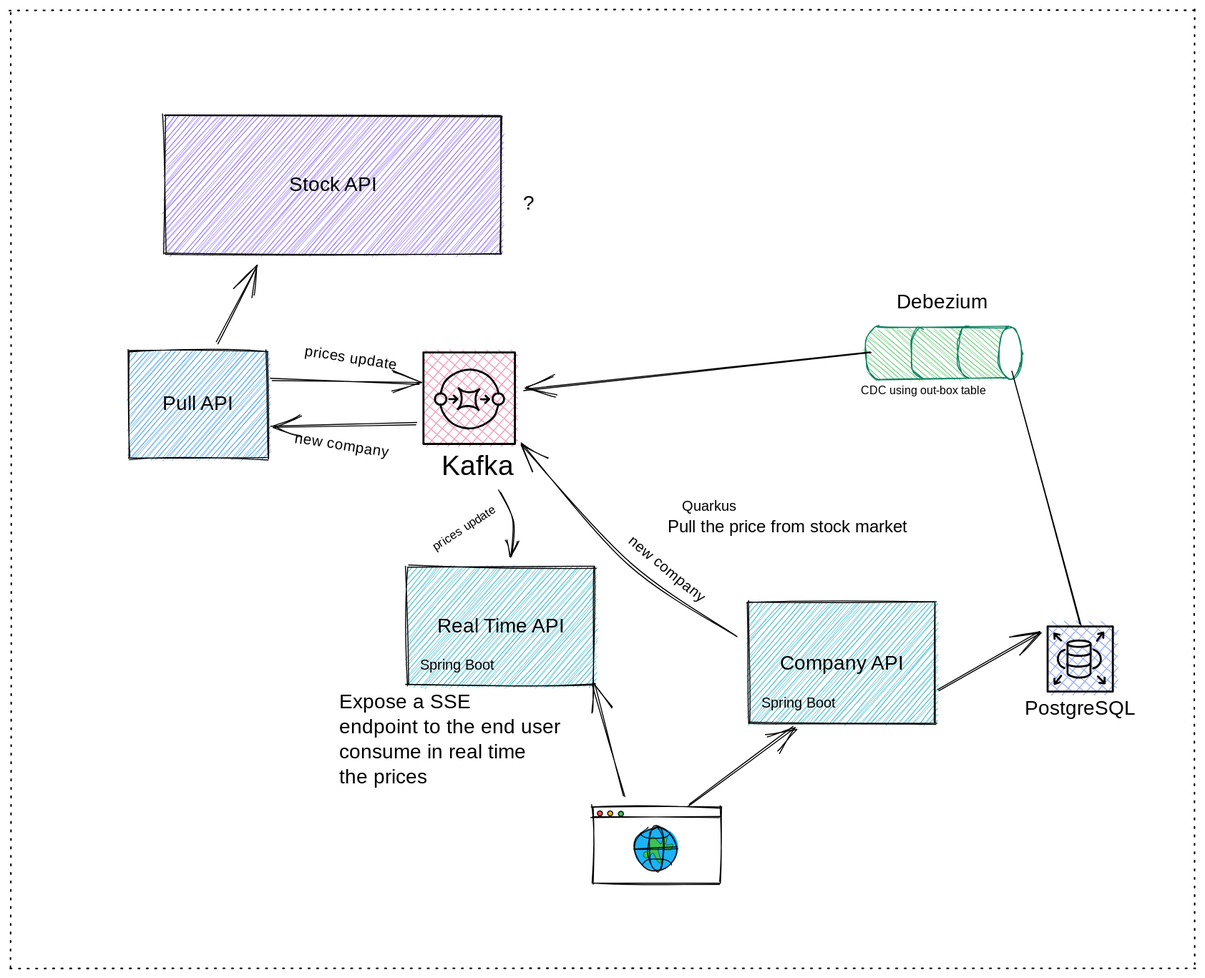
This is docs/idea.excalidraw.svg from jonasalessi/stock-prices-monitor, a Excalidraw export, as it was before one commit. Source tidied: one line per element, renumbered; positions are measured from the earlier drawing's top-left corner, leaving out a move shared by most shapes.
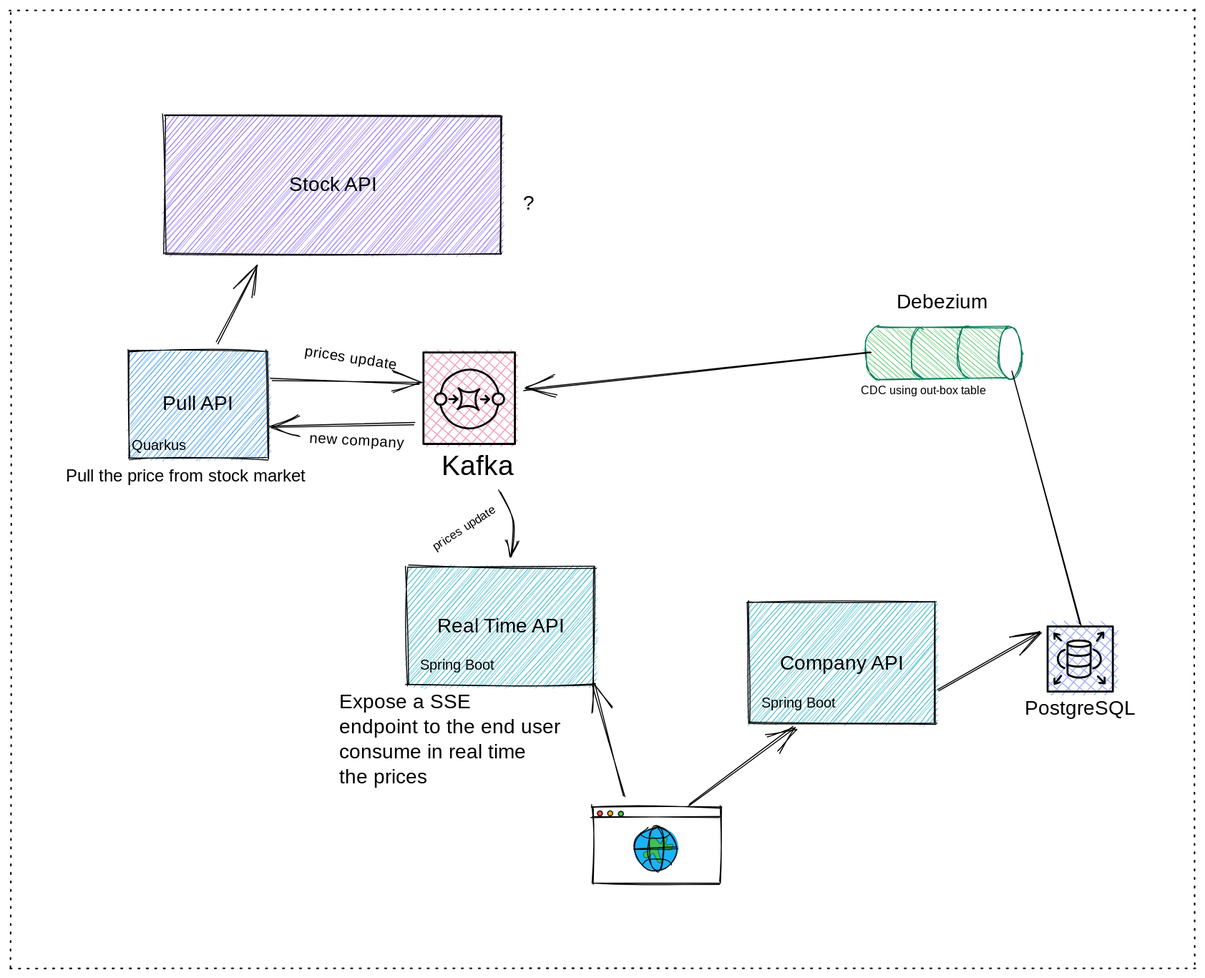
Later version of the same file.

Commit message:
Adjusts the diagram

Change to the diagram source:
```diff
@@ -33,7 +33,7 @@
 {"id": 32, "type": "line", "strokeColor": "#000000", "strokeWidth": 2, "roughness": 0, "x": 430, "y": 383, "width": 58, "height": 24, "points": [[0, 0], [4, -11], [12, -18], [21, -23], [31, -24], [42, -21], [50, -16], [56, -7], [58, 0]]}
 {"id": 33, "type": "line", "strokeColor": "#000000", "angle": 3.14, "strokeWidth": 2, "roughness": 0, "x": 429, "y": 417, "width": 58, "height": 24, "points": [[0, 0], [4, -11], [12, -18], [21, -23], [31, -24], [42, -21], [50, -16], [56, -7], [58, 0]]}
 {"id": 34, "type": "text", "text": "Kafka", "strokeColor": "#000000", "strokeWidth": 1, "roughness": 1, "fontSize": 28.05, "fontFamily": 1, "x": 431, "y": 439, "width": 83, "height": 35}
-{"id": 35, "type": "arrow", "strokeColor": "#000000", "strokeWidth": 1, "roughness": 1, "endArrowhead": "arrow", "from": 23, "to": 1, "x": 405, "y": 412, "width": 144, "height": 4, "points": [[0, 0], [-144, 4]]}
+{"id": 35, "type": "arrow", "strokeColor": "#000000", "strokeWidth": 1, "roughness": 1, "endArrowhead": "arrow", "from": 23, "to": 1, "x": 403, "y": 412, "width": 144, "height": 4, "points": [[0, 0], [-144, 4]]}
 {"id": 36, "type": "arrow", "strokeColor": "#000000", "strokeWidth": 1, "roughness": 1, "endArrowhead": "arrow", "from": 34, "to": 21, "x": 488, "y": 480, "width": 15, "height": 65, "points": [[0, 0], [15, 30], [13, 65]]}
 {"id": 37, "type": "rectangle", "strokeColor": "#000000", "strokeWidth": 1, "roughness": 1, "x": 582, "y": 795, "width": 128, "height": 77}
 {"id": 38, "type": "line", "strokeColor": "#000000", "strokeWidth": 1, "roughness": 1, "x": 581, "y": 806, "width": 129, "height": 0, "points": [[0, 0], [129, 0]]}
@@ -47,22 +47,20 @@
 {"id": 46, "type": "ellipse", "strokeColor": "#000000", "strokeWidth": 1, "roughness": 1, "opacity": 90, "x": 637, "y": 815, "width": 16, "height": 45}
 {"id": 47, "type": "line", "strokeColor": "#000000", "backgroundColor": "#99bcff", "fillStyle": "solid", "strokeWidth": 1, "roughness": 0, "opacity": 90, "x": 631, "y": 853, "width": 29, "height": 6, "points": [[0, 0], [4, -4], [9, -6], [15, -6], [24, -5], [28, -2], [29, 0]]}
 {"id": 48, "type": "text", "text": "Stock API", "strokeColor": "#000000", "strokeWidth": 1, "roughness": 1, "fontSize": 20, "fontFamily": 1, "textAlign": "center", "verticalAlign": "middle", "inside": 0, "x": 159, "y": 162, "width": 326, "height": 27}
-{"id": 49, "type": "text", "text": "Pull the price from stock market", "strokeColor": "#000000", "backgroundColor": "#15aabf", "fillStyle": "hachure", "strokeWidth": 1, "roughness": 1, "fontSize": 17.09, "fontFamily": 1, "x": 657, "y": 506, "width": 277, "height": 21}
+{"id": 49, "type": "text", "text": "Pull the price from stock market", "strokeColor": "#000000", "backgroundColor": "#15aabf", "fillStyle": "hachure", "strokeWidth": 1, "roughness": 1, "fontSize": 17.09, "fontFamily": 1, "x": 56, "y": 455, "width": 277, "height": 21}
 {"id": 50, "type": "text", "text": "Expose a SSE \nendpoint to the end user \nconsume in real time \nthe prices", "strokeColor": "#000000", "backgroundColor": "#15aabf", "fillStyle": "hachure", "strokeWidth": 1, "roughness": 1, "fontSize": 20, "fontFamily": 1, "x": 329, "y": 679, "width": 256, "height": 100}
 {"id": 51, "type": "text", "text": "?", "strokeColor": "#000000", "backgroundColor": "#15aabf", "fillStyle": "hachure", "strokeWidth": 1, "roughness": 1, "fontSize": 20, "fontFamily": 1, "x": 512, "y": 181, "width": 10, "height": 25}
-{"id": 52, "type": "text", "text": "Quarkus", "strokeColor": "#000000", "backgroundColor": "#15aabf", "fillStyle": "hachure", "strokeWidth": 1, "roughness": 1, "fontSize": 14.2, "fontFamily": 1, "x": 671, "y": 487, "width": 57, "height": 18}
+{"id": 52, "type": "text", "text": "Quarkus", "strokeColor": "#000000", "backgroundColor": "#15aabf", "fillStyle": "hachure", "strokeWidth": 1, "roughness": 1, "fontSize": 14.2, "fontFamily": 1, "x": 122, "y": 426, "width": 57, "height": 18}
 {"id": 53, "type": "text", "text": "Spring Boot", "strokeColor": "#000000", "backgroundColor": "#15aabf", "fillStyle": "hachure", "strokeWidth": 1, "roughness": 1, "fontSize": 14.2, "fontFamily": 1, "x": 409, "y": 645, "width": 81, "height": 18}
 {"id": 54, "type": "rectangle", "strokeColor": "#000000", "strokeWidth": 1, "strokeStyle": "dotted", "roughness": 1, "x": 0, "y": 0, "width": 1183, "height": 956}
 {"id": 55, "type": "rectangle", "strokeColor": "#000000", "backgroundColor": "#15aabf", "fillStyle": "hachure", "strokeWidth": 1, "roughness": 1, "x": 737, "y": 591, "width": 187, "height": 121}
 {"id": 56, "type": "text", "text": "Company API", "strokeColor": "#000000", "backgroundColor": "#228be6", "fillStyle": "hachure", "strokeWidth": 1, "roughness": 1, "fontSize": 20, "fontFamily": 1, "textAlign": "center", "verticalAlign": "middle", "inside": 55, "x": 742, "y": 639, "width": 177, "height": 27}
-{"id": 57, "type": "arrow", "strokeColor": "#000000", "backgroundColor": "#228be6", "fillStyle": "hachure", "strokeWidth": 1, "roughness": 1, "endArrowhead": "arrow", "from": 55, "to": 23, "x": 725, "y": 625, "width": 214, "height": 193, "points": [[0, 0], [-107, -72], [-214, -193]]}
 {"id": 58, "type": "arrow", "strokeColor": "#000000", "backgroundColor": "#228be6", "fillStyle": "hachure", "strokeWidth": 1, "roughness": 1, "endArrowhead": "arrow", "from": 37, "to": 55, "x": 678, "y": 793, "width": 105, "height": 78, "points": [[0, 0], [105, -78]]}
 {"id": 59, "type": "arrow", "strokeColor": "#000000", "backgroundColor": "#228be6", "fillStyle": "hachure", "strokeWidth": 1, "roughness": 1, "endArrowhead": "arrow", "from": 41, "to": 50, "x": 614, "y": 785, "width": 32, "height": 112, "points": [[0, 0], [-32, -112]]}
 {"id": 60, "type": "text", "text": "Spring Boot", "strokeColor": "#000000", "backgroundColor": "#15aabf", "fillStyle": "hachure", "strokeWidth": 1, "roughness": 1, "fontSize": 14.2, "fontFamily": 1, "x": 750, "y": 683, "width": 81, "height": 18}
-{"id": 61, "type": "text", "text": "new company", "strokeColor": "#000000", "angle": 0.69, "strokeWidth": 1, "roughness": 1, "fontSize": 14.66, "fontFamily": 1, "x": 609, "y": 547, "width": 87, "height": 18}
 {"id": 62, "type": "text", "text": "prices update", "strokeColor": "#000000", "angle": 0.15, "strokeWidth": 1, "roughness": 1, "fontSize": 14.66, "fontFamily": 1, "x": 294, "y": 339, "width": 98, "height": 18}
 {"id": 63, "type": "arrow", "strokeColor": "#000000", "strokeWidth": 1, "roughness": 1, "endArrowhead": "arrow", "from": 1, "to": 23, "x": 261, "y": 368, "width": 148, "height": 5, "points": [[0, 0], [148, 5]]}
-{"id": 64, "type": "text", "text": "new company", "strokeColor": "#000000", "angle": 0.15, "strokeWidth": 1, "roughness": 1, "fontSize": 14.66, "fontFamily": 1, "x": 284, "y": 425, "width": 87, "height": 18}
+{"id": 64, "type": "text", "text": "new company", "strokeColor": "#000000", "angle": 0.06, "strokeWidth": 1, "roughness": 1, "fontSize": 14.66, "fontFamily": 1, "x": 299, "y": 421, "width": 89, "height": 18}
 {"id": 65, "type": "text", "text": "prices update", "strokeColor": "#000000", "angle": 5.71, "strokeWidth": 1, "roughness": 1, "fontSize": 12.0, "fontFamily": 1, "x": 417, "y": 508, "width": 80, "height": 15}
 {"id": 66, "type": "line", "strokeColor": "#087f5b", "angle": 1.57, "backgroundColor": "#40c057", "fillStyle": "hachure", "strokeWidth": 1, "roughness": 1, "x": 905, "y": 278, "width": 52, "height": 155, "points": [[0, 0], [0, 117], [0, 130], [3, 136], [12, 141], [28, 142], [43, 140], [51, 134], [52, 129], [52, 118], [52, 10], [52, 0], [49, -6], [41, -10], [25, -12], [12, -11], [2, -5], [0, 0], [0, 0]]}
 {"id": 67, "type": "line", "strokeColor": "#087f5b", "angle": 1.57, "strokeWidth": 1, "roughness": 1, "x": 881, "y": 337, "width": 51, "height": 13, "points": [[0, 0], [1, 5], [7, 9], [15, 12], [27, 12], [41, 10], [49, 5], [51, -1]]}
```
